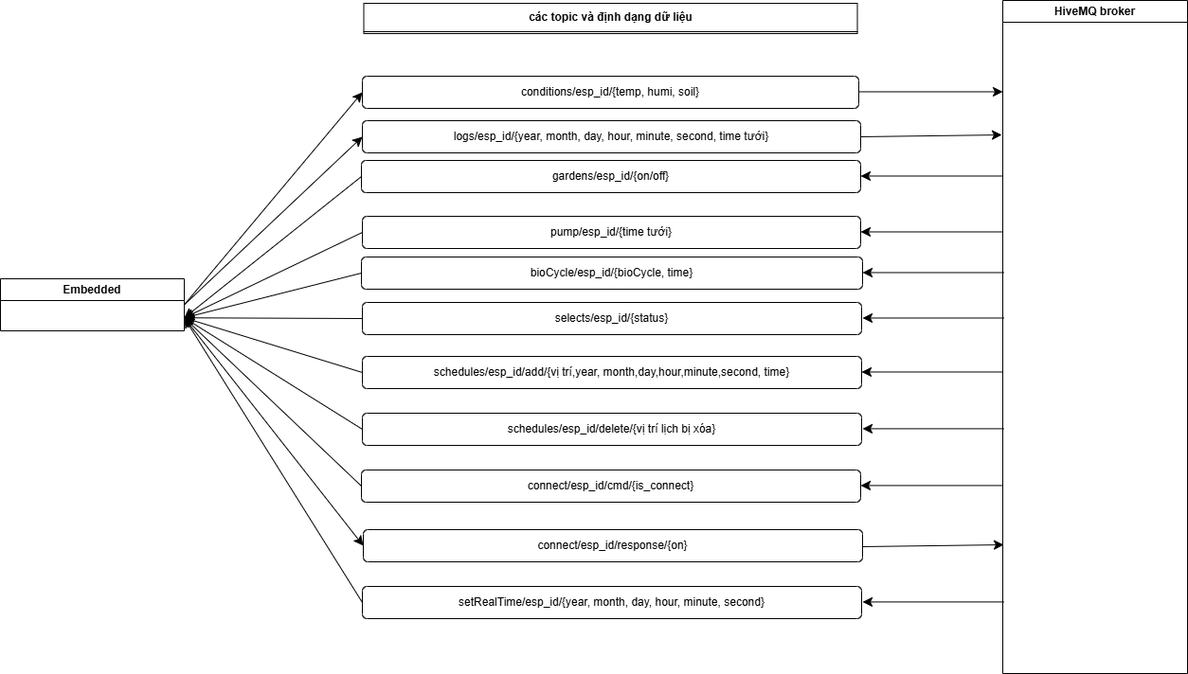
Before: details/2_system_analysis_and_sesign/6_MQTT_Topic/MQTT_topic.drawio.png, a diagram exported from draw.io (Minh-Quan-dz123/smart_plant_monitoring_and_watering_system). Source tidied: cells renumbered, new cells last; positions are measured from the earlier drawing's top-left corner, leaving out a move shared by most shapes.
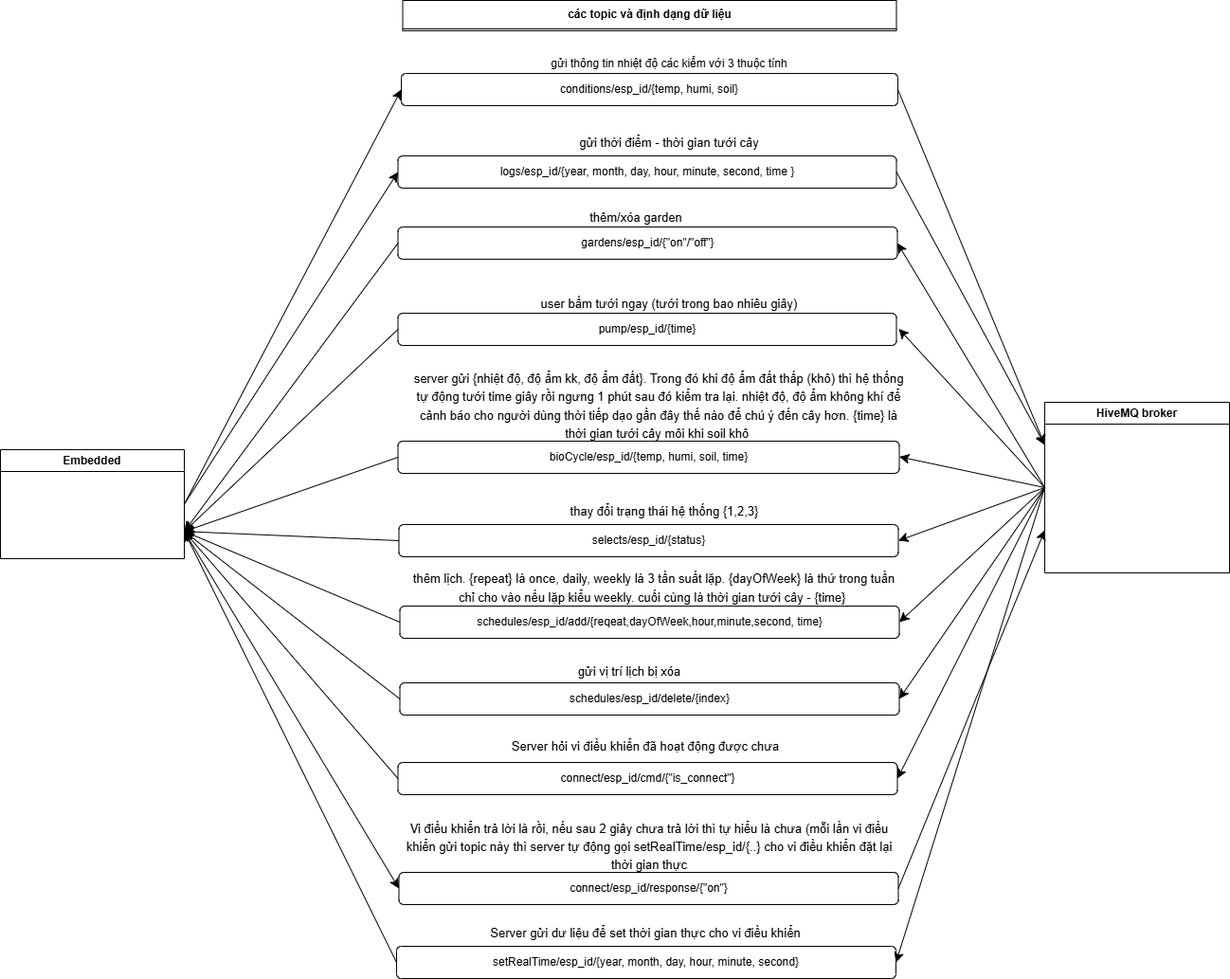
After the commit.

Commit message:
thay đổi MQTT

Diff of the diagram source:
```diff
@@ -3,10 +3,10 @@
     <mxCell id="0" />
     <mxCell id="1" parent="0" />
     <mxCell id="2" value="Embedded" style="swimlane;whiteSpace=wrap;html=1;" parent="1" vertex="1">
-      <mxGeometry y="294" width="194" height="55" as="geometry" />
+      <mxGeometry x="-41" y="477" width="194" height="115" as="geometry" />
     </mxCell>
     <mxCell id="3" value="HiveMQ broker" style="swimlane;whiteSpace=wrap;html=1;" parent="1" vertex="1">
-      <mxGeometry x="1058" width="195" height="711" as="geometry" />
+      <mxGeometry x="1061" y="427" width="195" height="180" as="geometry" />
     </mxCell>
     <mxCell id="4" value="&lt;b&gt;các topic và định dạng dữ liệu&lt;/b&gt;" style="swimlane;fontStyle=0;horizontal=1;startSize=30;whiteSpace=wrap;html=1;" parent="1" vertex="1">
       <mxGeometry x="383.5" y="3" width="521" height="32" as="geometry" />
@@ -14,23 +14,23 @@
     <mxCell id="5" value="conditions/esp_id/{temp, humi, soil}" style="rounded=1;whiteSpace=wrap;html=1;" parent="1" vertex="1">
       <mxGeometry x="382" y="80" width="524" height="34" as="geometry" />
     </mxCell>
-    <mxCell id="6" value="logs/esp_id/{year, month, day, hour, minute, second, time tưới}" style="rounded=1;whiteSpace=wrap;html=1;" parent="1" vertex="1">
-      <mxGeometry x="382" y="127" width="526" height="34" as="geometry" />
+    <mxCell id="6" value="logs/esp_id/{year, month, day, hour, minute, second, time }" style="rounded=1;whiteSpace=wrap;html=1;" parent="1" vertex="1">
+      <mxGeometry x="378.5" y="167" width="526" height="34" as="geometry" />
     </mxCell>
-    <mxCell id="7" value="bioCycle/esp_id/{bioCycle, time}" style="rounded=1;whiteSpace=wrap;html=1;" parent="1" vertex="1">
-      <mxGeometry x="381" y="271" width="529" height="34" as="geometry" />
+    <mxCell id="7" value="bioCycle/esp_id/{temp, humi, soil, time}" style="rounded=1;whiteSpace=wrap;html=1;" parent="1" vertex="1">
+      <mxGeometry x="378.5" y="468" width="529" height="34" as="geometry" />
     </mxCell>
     <mxCell id="8" value="selects/esp_id/{status}" style="rounded=1;whiteSpace=wrap;html=1;" parent="1" vertex="1">
-      <mxGeometry x="382" y="319" width="527" height="34" as="geometry" />
+      <mxGeometry x="379.5" y="556" width="527" height="34" as="geometry" />
     </mxCell>
-    <mxCell id="9" value="schedules/esp_id/add/{vị trí,year, month,day,hour,minute,second, time}" style="rounded=1;whiteSpace=wrap;html=1;" parent="1" vertex="1">
-      <mxGeometry x="382" y="376" width="527" height="34" as="geometry" />
+    <mxCell id="9" value="schedules/esp_id/add/{reqeat,dayOfWeek,hour,minute,second, time}" style="rounded=1;whiteSpace=wrap;html=1;" parent="1" vertex="1">
+      <mxGeometry x="380.5" y="642" width="527" height="34" as="geometry" />
     </mxCell>
-    <mxCell id="10" value="gardens/esp_id/{on/off}" style="rounded=1;whiteSpace=wrap;html=1;" parent="1" vertex="1">
-      <mxGeometry x="381" y="169" width="527" height="34" as="geometry" />
+    <mxCell id="10" value="gardens/esp_id/{&quot;on&quot;/&quot;off&quot;}" style="rounded=1;whiteSpace=wrap;html=1;" parent="1" vertex="1">
+      <mxGeometry x="378.5" y="242" width="527" height="34" as="geometry" />
     </mxCell>
-    <mxCell id="11" value="pump/esp_id/{time tưới}" style="rounded=1;whiteSpace=wrap;html=1;" parent="1" vertex="1">
-      <mxGeometry x="382" y="228" width="526" height="34" as="geometry" />
+    <mxCell id="11" value="pump/esp_id/{time}" style="rounded=1;whiteSpace=wrap;html=1;" parent="1" vertex="1">
+      <mxGeometry x="378.5" y="333" width="526" height="34" as="geometry" />
     </mxCell>
     <mxCell id="12" style="endArrow=classic;html=1;rounded=0;fontSize=12;startSize=8;endSize=8;curved=1;entryX=0;entryY=0.5;entryDx=0;entryDy=0;exitX=1;exitY=0.5;exitDx=0;exitDy=0;" parent="1" edge="1" source="2" target="5">
       <mxGeometry relative="1" as="geometry" />
@@ -53,55 +53,39 @@
     <mxCell id="18" style="endArrow=classic;html=1;rounded=0;fontSize=12;startSize=8;endSize=8;curved=1;entryX=1;entryY=0.75;entryDx=0;entryDy=0;exitX=0;exitY=0.5;exitDx=0;exitDy=0;" parent="1" edge="1" source="9" target="2">
       <mxGeometry relative="1" as="geometry" />
     </mxCell>
-    <mxCell id="19" style="endArrow=classic;html=1;rounded=0;fontSize=12;startSize=8;endSize=8;curved=1;exitX=1;exitY=0.5;exitDx=0;exitDy=0;" parent="1" edge="1">
-      <mxGeometry relative="1" as="geometry">
-        <mxPoint x="906" y="96.5" as="sourcePoint" />
-        <mxPoint x="1058" y="96.5" as="targetPoint" />
-      </mxGeometry>
+    <mxCell id="19" style="endArrow=classic;html=1;rounded=0;fontSize=12;startSize=8;endSize=8;curved=1;exitX=1;exitY=0.5;exitDx=0;exitDy=0;entryX=0;entryY=0.25;entryDx=0;entryDy=0;" parent="1" edge="1" source="5" target="3">
+      <mxGeometry relative="1" as="geometry" />
     </mxCell>
-    <mxCell id="20" style="endArrow=classic;html=1;rounded=0;fontSize=12;startSize=8;endSize=8;curved=1;exitX=1;exitY=0.5;exitDx=0;exitDy=0;" parent="1" edge="1" source="6">
-      <mxGeometry relative="1" as="geometry">
-        <mxPoint x="1057" y="142" as="targetPoint" />
-      </mxGeometry>
+    <mxCell id="20" style="endArrow=classic;html=1;rounded=0;fontSize=12;startSize=8;endSize=8;curved=1;exitX=1;exitY=0.5;exitDx=0;exitDy=0;entryX=0;entryY=0.25;entryDx=0;entryDy=0;" parent="1" edge="1" source="6" target="3">
+      <mxGeometry relative="1" as="geometry" />
     </mxCell>
-    <mxCell id="21" style="endArrow=classic;html=1;rounded=0;fontSize=12;startSize=8;endSize=8;curved=1;entryX=1;entryY=0.5;entryDx=0;entryDy=0;" parent="1" edge="1">
-      <mxGeometry relative="1" as="geometry">
-        <mxPoint x="1057" y="185.5" as="sourcePoint" />
-        <mxPoint x="908" y="185.5" as="targetPoint" />
-      </mxGeometry>
+    <mxCell id="21" style="endArrow=classic;html=1;rounded=0;fontSize=12;startSize=8;endSize=8;curved=1;entryX=1;entryY=0.5;entryDx=0;entryDy=0;exitX=0;exitY=0.5;exitDx=0;exitDy=0;" parent="1" edge="1" source="3" target="10">
+      <mxGeometry relative="1" as="geometry" />
     </mxCell>
-    <mxCell id="22" style="endArrow=classic;html=1;rounded=0;fontSize=12;startSize=8;endSize=8;curved=1;entryX=1;entryY=0.5;entryDx=0;entryDy=0;" parent="1" edge="1">
+    <mxCell id="22" style="endArrow=classic;html=1;rounded=0;fontSize=12;startSize=8;endSize=8;curved=1;entryX=1;entryY=0.5;entryDx=0;entryDy=0;exitX=0;exitY=0.5;exitDx=0;exitDy=0;" parent="1" edge="1" source="3">
       <mxGeometry relative="1" as="geometry">
-        <mxPoint x="1057" y="244.5" as="sourcePoint" />
-        <mxPoint x="908" y="244.5" as="targetPoint" />
+        <mxPoint x="907" y="349.5" as="targetPoint" />
       </mxGeometry>
     </mxCell>
-    <mxCell id="23" style="endArrow=classic;html=1;rounded=0;fontSize=12;startSize=8;endSize=8;curved=1;entryX=1;entryY=0.5;entryDx=0;entryDy=0;" parent="1" edge="1">
+    <mxCell id="23" style="endArrow=classic;html=1;rounded=0;fontSize=12;startSize=8;endSize=8;curved=1;entryX=1;entryY=0.5;entryDx=0;entryDy=0;exitX=0;exitY=0.5;exitDx=0;exitDy=0;" parent="1" edge="1" source="3">
       <mxGeometry relative="1" as="geometry">
-        <mxPoint x="1059" y="287.5" as="sourcePoint" />
-        <mxPoint x="910" y="287.5" as="targetPoint" />
+        <mxPoint x="907.5" y="484.5" as="targetPoint" />
       </mxGeometry>
     </mxCell>
-    <mxCell id="24" style="endArrow=classic;html=1;rounded=0;fontSize=12;startSize=8;endSize=8;curved=1;entryX=1;entryY=0.5;entryDx=0;entryDy=0;" parent="1" edge="1">
-      <mxGeometry relative="1" as="geometry">
-        <mxPoint x="1059" y="335.5" as="sourcePoint" />
-        <mxPoint x="910" y="335.5" as="targetPoint" />
-      </mxGeometry>
+    <mxCell id="24" style="endArrow=classic;html=1;rounded=0;fontSize=12;startSize=8;endSize=8;curved=1;entryX=1;entryY=0.5;entryDx=0;entryDy=0;exitX=0;exitY=0.5;exitDx=0;exitDy=0;" parent="1" edge="1" source="3" target="8">
+      <mxGeometry relative="1" as="geometry" />
     </mxCell>
-    <mxCell id="25" style="endArrow=classic;html=1;rounded=0;fontSize=12;startSize=8;endSize=8;curved=1;entryX=1;entryY=0.5;entryDx=0;entryDy=0;" parent="1" edge="1">
-      <mxGeometry relative="1" as="geometry">
-        <mxPoint x="1058" y="392.5" as="sourcePoint" />
-        <mxPoint x="909" y="392.5" as="targetPoint" />
-      </mxGeometry>
+    <mxCell id="25" style="endArrow=classic;html=1;rounded=0;fontSize=12;startSize=8;endSize=8;curved=1;exitX=0;exitY=0.5;exitDx=0;exitDy=0;entryX=1;entryY=0.5;entryDx=0;entryDy=0;" parent="1" edge="1" source="3" target="9">
+      <mxGeometry relative="1" as="geometry" />
     </mxCell>
-    <mxCell id="26" value="schedules/esp_id/delete/{vị trí lịch bị xóa}" style="rounded=1;whiteSpace=wrap;html=1;" parent="1" vertex="1">
-      <mxGeometry x="382" y="436" width="527" height="34" as="geometry" />
+    <mxCell id="26" value="schedules/esp_id/delete/{index}" style="rounded=1;whiteSpace=wrap;html=1;" parent="1" vertex="1">
+      <mxGeometry x="380.5" y="723" width="527" height="34" as="geometry" />
     </mxCell>
-    <mxCell id="27" value="connect/esp_id/cmd/{is_connect}" style="rounded=1;whiteSpace=wrap;html=1;" parent="1" vertex="1">
-      <mxGeometry x="381" y="496" width="527" height="34" as="geometry" />
+    <mxCell id="27" value="connect/esp_id/cmd/{&quot;is_connect&quot;}" style="rounded=1;whiteSpace=wrap;html=1;" parent="1" vertex="1">
+      <mxGeometry x="378.5" y="807" width="527" height="34" as="geometry" />
     </mxCell>
-    <mxCell id="28" value="connect/esp_id/response/{on}" style="rounded=1;whiteSpace=wrap;html=1;" parent="1" vertex="1">
-      <mxGeometry x="383" y="559" width="527" height="34" as="geometry" />
+    <mxCell id="28" value="connect/esp_id/response/{&quot;on&quot;}" style="rounded=1;whiteSpace=wrap;html=1;" parent="1" vertex="1">
+      <mxGeometry x="379.5" y="923" width="527" height="34" as="geometry" />
     </mxCell>
     <mxCell id="29" style="endArrow=classic;html=1;rounded=0;fontSize=12;startSize=8;endSize=8;curved=1;entryX=0;entryY=0.5;entryDx=0;entryDy=0;exitX=1;exitY=0.75;exitDx=0;exitDy=0;" parent="1" edge="1" source="2" target="28">
       <mxGeometry relative="1" as="geometry" />
@@ -112,35 +96,56 @@
     <mxCell id="31" style="endArrow=classic;html=1;rounded=0;fontSize=12;startSize=8;endSize=8;curved=1;entryX=1;entryY=0.75;entryDx=0;entryDy=0;exitX=0;exitY=0.5;exitDx=0;exitDy=0;" parent="1" edge="1" source="27" target="2">
       <mxGeometry relative="1" as="geometry" />
     </mxCell>
-    <mxCell id="32" style="endArrow=classic;html=1;rounded=0;fontSize=12;startSize=8;endSize=8;curved=1;entryX=1;entryY=0.5;entryDx=0;entryDy=0;" parent="1" edge="1">
-      <mxGeometry relative="1" as="geometry">
-        <mxPoint x="1059" y="452.4" as="sourcePoint" />
-        <mxPoint x="910" y="452.4" as="targetPoint" />
-      </mxGeometry>
+    <mxCell id="32" style="endArrow=classic;html=1;rounded=0;fontSize=12;startSize=8;endSize=8;curved=1;entryX=1;entryY=0.5;entryDx=0;entryDy=0;exitX=0;exitY=0.5;exitDx=0;exitDy=0;" parent="1" edge="1" source="3" target="26">
+      <mxGeometry relative="1" as="geometry" />
     </mxCell>
-    <mxCell id="33" style="endArrow=classic;html=1;rounded=0;fontSize=12;startSize=8;endSize=8;curved=1;entryX=1;entryY=0.5;entryDx=0;entryDy=0;" parent="1" edge="1">
-      <mxGeometry relative="1" as="geometry">
-        <mxPoint x="1057" y="512.4" as="sourcePoint" />
-        <mxPoint x="908" y="512.4" as="targetPoint" />
-      </mxGeometry>
+    <mxCell id="33" style="endArrow=classic;html=1;rounded=0;fontSize=12;startSize=8;endSize=8;curved=1;entryX=1;entryY=0.5;entryDx=0;entryDy=0;exitX=0;exitY=0.5;exitDx=0;exitDy=0;" parent="1" edge="1" source="3" target="27">
+      <mxGeometry relative="1" as="geometry" />
     </mxCell>
-    <mxCell id="34" style="endArrow=classic;html=1;rounded=0;fontSize=12;startSize=8;endSize=8;curved=1;exitX=1;exitY=0.5;exitDx=0;exitDy=0;" parent="1" edge="1">
-      <mxGeometry relative="1" as="geometry">
-        <mxPoint x="910" y="577" as="sourcePoint" />
-        <mxPoint x="1059" y="575" as="targetPoint" />
-      </mxGeometry>
+    <mxCell id="34" style="endArrow=classic;html=1;rounded=0;fontSize=12;startSize=8;endSize=8;curved=1;exitX=1;exitY=0.5;exitDx=0;exitDy=0;entryX=0;entryY=0.75;entryDx=0;entryDy=0;" parent="1" edge="1" source="28" target="3">
+      <mxGeometry relative="1" as="geometry" />
     </mxCell>
     <mxCell id="35" value="setRealTime/esp_id/{year, month, day, hour, minute, second}" style="rounded=1;whiteSpace=wrap;html=1;" parent="1" vertex="1">
-      <mxGeometry x="382" y="619" width="527" height="34" as="geometry" />
+      <mxGeometry x="377" y="1001" width="527" height="34" as="geometry" />
     </mxCell>
-    <mxCell id="36" style="endArrow=classic;html=1;rounded=0;fontSize=12;startSize=8;endSize=8;curved=1;entryX=1;entryY=0.75;entryDx=0;entryDy=0;exitX=0;exitY=0.5;exitDx=0;exitDy=0;" parent="1" edge="1" source="35" target="2">
+    <mxCell id="36" style="endArrow=classic;html=1;rounded=0;fontSize=12;startSize=8;endSize=8;curved=1;exitX=0;exitY=0.5;exitDx=0;exitDy=0;entryX=1;entryY=0.75;entryDx=0;entryDy=0;" parent="1" edge="1" source="35" target="2">
       <mxGeometry relative="1" as="geometry" />
     </mxCell>
-    <mxCell id="37" style="endArrow=classic;html=1;rounded=0;fontSize=12;startSize=8;endSize=8;curved=1;entryX=1;entryY=0.5;entryDx=0;entryDy=0;" parent="1" edge="1">
-      <mxGeometry relative="1" as="geometry">
-        <mxPoint x="1059" y="635.4" as="sourcePoint" />
-        <mxPoint x="910" y="635.4" as="targetPoint" />
-      </mxGeometry>
+    <mxCell id="37" style="endArrow=classic;html=1;rounded=0;fontSize=12;startSize=8;endSize=8;curved=1;entryX=1;entryY=0.5;entryDx=0;entryDy=0;exitX=0;exitY=0.5;exitDx=0;exitDy=0;" parent="1" edge="1" source="3" target="35">
+      <mxGeometry relative="1" as="geometry" />
     </mxCell>
+    <mxCell id="38" value="&lt;font style=&quot;font-size: 12px;&quot;&gt;gửi thông tin nhiệt độ các kiểm với 3 thuộc tính&lt;/font&gt;" style="text;html=1;whiteSpace=wrap;strokeColor=none;fillColor=none;align=center;verticalAlign=middle;rounded=0;fontSize=16;" parent="1" vertex="1">
+      <mxGeometry x="491" y="53" width="348" height="30" as="geometry" />
+    </mxCell>
+    <mxCell id="39" value="&lt;font style=&quot;font-size: 13px;&quot;&gt;gửi thời điểm - thời gian tưới cây&lt;/font&gt;" style="text;html=1;whiteSpace=wrap;strokeColor=none;fillColor=none;align=center;verticalAlign=middle;rounded=0;fontSize=16;" parent="1" vertex="1">
+      <mxGeometry x="538" y="137" width="254" height="30" as="geometry" />
+    </mxCell>
+    <mxCell id="40" value="&lt;font style=&quot;font-size: 13px;&quot;&gt;thêm/xóa garden&lt;/font&gt;" style="text;html=1;whiteSpace=wrap;strokeColor=none;fillColor=none;align=center;verticalAlign=middle;rounded=0;fontSize=16;" parent="1" vertex="1">
+      <mxGeometry x="503" y="216" width="254" height="30" as="geometry" />
+    </mxCell>
+    <mxCell id="41" value="&lt;font style=&quot;font-size: 13px;&quot;&gt;user bấm tưới ngay (tưới trong bao nhiêu giây)&lt;/font&gt;" style="text;html=1;whiteSpace=wrap;strokeColor=none;fillColor=none;align=center;verticalAlign=middle;rounded=0;fontSize=16;" parent="1" vertex="1">
+      <mxGeometry x="472" y="306.5" width="386" height="30" as="geometry" />
+    </mxCell>
+    <mxCell id="42" value="&lt;font style=&quot;font-size: 13px;&quot;&gt;server gửi {nhiệt độ, độ ẩm kk, độ ẩm đất}. Trong đó khi độ ẩm đất thấp (khô) thì hệ thống tự động tưới time giây rồi ngưng 1 phút sau đó kiểm tra lại. nhiệt độ, độ ẩm không khí để cảnh báo cho người dùng thời tiếp dạo gần đây thế nào để chú ý đến cây hơn. {time} là thời gian tưới cây môi khi soil khô&amp;nbsp;&lt;/font&gt;" style="text;html=1;whiteSpace=wrap;strokeColor=none;fillColor=none;align=center;verticalAlign=middle;rounded=0;fontSize=16;" parent="1" vertex="1">
+      <mxGeometry x="390" y="415" width="528" height="30" as="geometry" />
+    </mxCell>
+    <mxCell id="43" value="&lt;font style=&quot;font-size: 13px;&quot;&gt;thay đổi trạng thái hệ thống {1,2,3}&lt;/font&gt;" style="text;html=1;whiteSpace=wrap;strokeColor=none;fillColor=none;align=center;verticalAlign=middle;rounded=0;fontSize=16;" parent="1" vertex="1">
+      <mxGeometry x="517" y="526" width="286" height="30" as="geometry" />
+    </mxCell>
+    <mxCell id="44" value="&lt;font style=&quot;font-size: 13px;&quot;&gt;thêm lịch. {repeat} là once, daily, weekly là 3 tần suất lặp. {dayOfWeek} là thứ trong tuần chỉ cho vào nếu lặp kiểu weekly. cuối cùng là thời gian tưới cây - {time}&amp;nbsp;&lt;/font&gt;" style="text;html=1;whiteSpace=wrap;strokeColor=none;fillColor=none;align=center;verticalAlign=middle;rounded=0;fontSize=16;" parent="1" vertex="1">
+      <mxGeometry x="383.5" y="607" width="530" height="30" as="geometry" />
+    </mxCell>
+    <mxCell id="45" value="&lt;font style=&quot;font-size: 13px;&quot;&gt;gửi vị trí lịch bị xóa&lt;/font&gt;" style="text;html=1;whiteSpace=wrap;strokeColor=none;fillColor=none;align=center;verticalAlign=middle;rounded=0;fontSize=16;" parent="1" vertex="1">
+      <mxGeometry x="421" y="696" width="404" height="27" as="geometry" />
+    </mxCell>
+    <mxCell id="46" value="&lt;font style=&quot;font-size: 13px;&quot;&gt;Server hỏi vi điều khiển đã hoạt động được chưa&lt;/font&gt;" style="text;html=1;whiteSpace=wrap;strokeColor=none;fillColor=none;align=center;verticalAlign=middle;rounded=0;fontSize=16;" parent="1" vertex="1">
+      <mxGeometry x="374.5" y="774" width="530" height="30" as="geometry" />
+    </mxCell>
+    <mxCell id="47" value="&lt;font style=&quot;font-size: 13px;&quot;&gt;Vi điều khiển trả lời là rồi, nếu sau 2 giây chưa trả lời thì tự hiểu là chưa (mỗi lần vi điều khiển gửi topic này thì server tự động gọi setRealTime/esp_id/{..} cho vi điều khiển đặt lại thời gian thực&lt;/font&gt;" style="text;html=1;whiteSpace=wrap;strokeColor=none;fillColor=none;align=center;verticalAlign=middle;rounded=0;fontSize=16;" parent="1" vertex="1">
+      <mxGeometry x="378.5" y="880" width="530" height="30" as="geometry" />
+    </mxCell>
+    <mxCell id="48" value="&lt;span style=&quot;font-size: 13px;&quot;&gt;Server gửi dư liệu để set thời gian thực cho vi điều khiển&lt;/span&gt;" style="text;html=1;whiteSpace=wrap;strokeColor=none;fillColor=none;align=center;verticalAlign=middle;rounded=0;fontSize=16;" parent="1" vertex="1">
+      <mxGeometry x="374.5" y="971" width="530" height="30" as="geometry" />
+    </mxCell>
   </root>
 </mxGraphModel>
```
